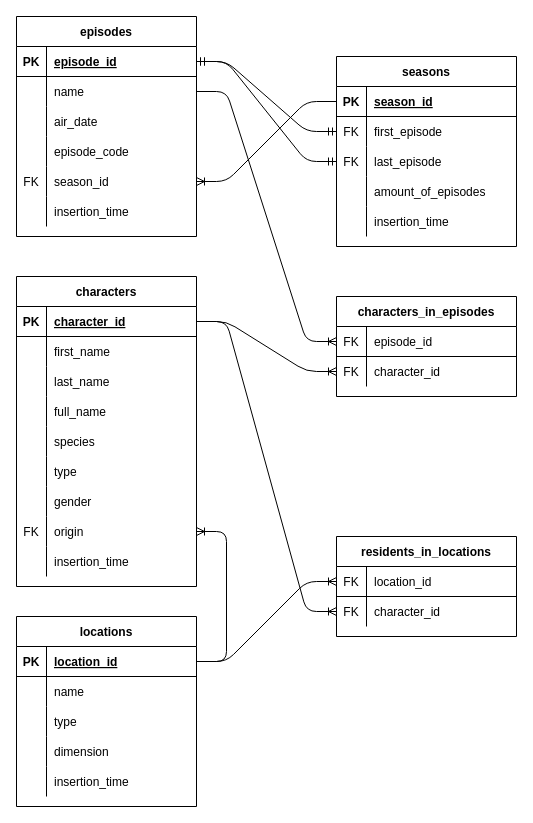
This is Design Diagram.drawio from ronothnay/ricknmorty, a draw.io file, before an edit. Source tidied: cells renumbered, new cells numbered last; positions are measured from the earlier drawing's top-left corner, leaving out a move shared by most shapes. Both pictures are drawn from the tidied source at 100%, with x=0, y=0 at pixel (16, 16).
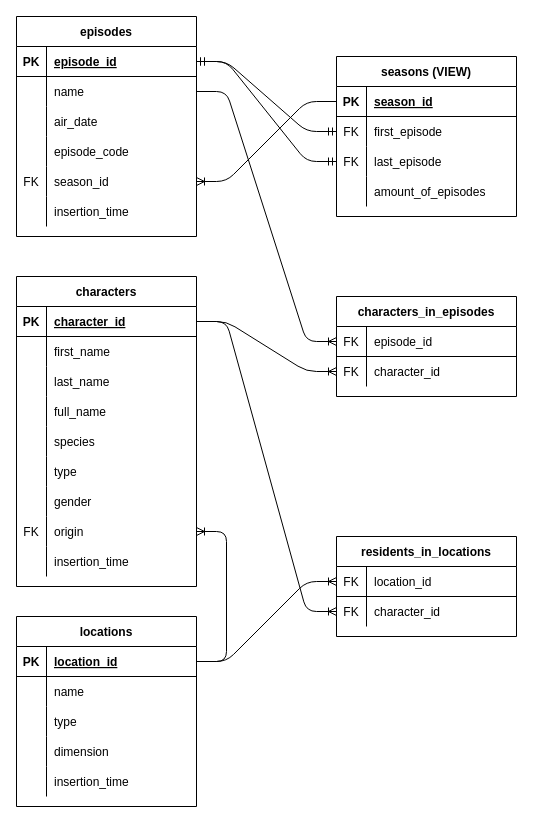
Above is the later version.

What changed in the source:
```diff
@@
-    <mxCell id="65" value="seasons" style="shape=table;startSize=30;childLayout=tableLayout;rowLines=0;fontStyle=1;align=center;" parent="1" vertex="1">
-      <mxGeometry x="320" y="40" width="180" height="190" as="geometry" />
+    <mxCell id="65" value="seasons (VIEW)" style="shape=table;startSize=30;childLayout=tableLayout;rowLines=0;fontStyle=1;align=center;" parent="1" vertex="1">
+      <mxGeometry x="320" y="40" width="180" height="160" as="geometry" />
     </mxCell>
@@
-    <mxCell id="78" style="shape=partialRectangle;fillColor=none;top=0;left=0;bottom=0;right=0;" parent="65" vertex="1">
-      <mxGeometry y="150" width="180" height="30" as="geometry" />
-    </mxCell>
-    <mxCell id="79" style="shape=partialRectangle;fillColor=none;top=0;left=0;bottom=0;right=0;overflow=hidden;" parent="78" vertex="1">
-      <mxGeometry width="30" height="30" as="geometry" />
-    </mxCell>
-    <mxCell id="80" value="insertion_time" style="shape=partialRectangle;fillColor=none;top=0;left=0;bottom=0;right=0;align=left;spacingLeft=6;overflow=hidden;" parent="78" vertex="1">
-      <mxGeometry x="30" width="150" height="30" as="geometry" />
-    </mxCell>
```
